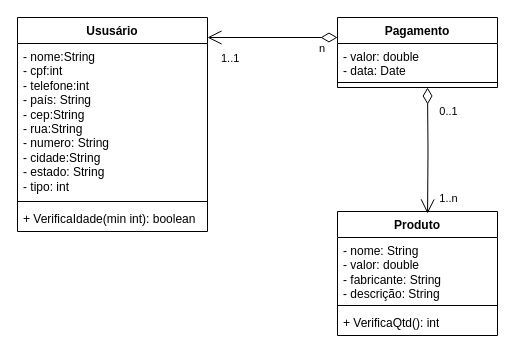
Before: diagrama de classes.drawio in AndreLuizWandscheerFranco/TCC, a draw.io diagram. Source tidied: cells renumbered, new cells numbered last; positions are measured from the earlier drawing's top-left corner, leaving out a move shared by most shapes. Both pictures are drawn from the tidied source at 100%, with x=0, y=0 at pixel (17, 17).
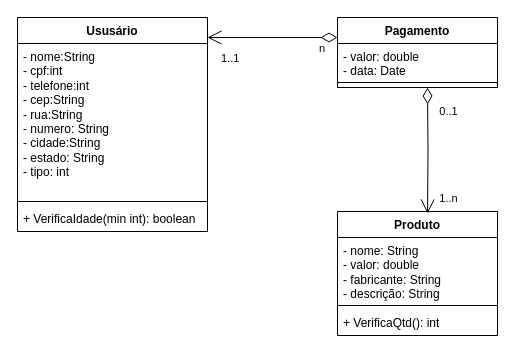
The same diagram, later.

Unchanged cells that the change refers to:
```xml
<mxCell id="2" value="Ususário" style="swimlane;fontStyle=1;align=center;verticalAlign=top;horizontal=1;startSize=26;whiteSpace=wrap;html=1;" parent="1" vertex="1">
  <mxGeometry width="190" height="214" as="geometry" />
</mxCell>
```

Change to the diagram source:
```diff
@@
-    <mxCell id="3" value="- nome:String&lt;div&gt;- cpf:int&lt;/div&gt;&lt;div&gt;- telefone:int&lt;/div&gt;&lt;div&gt;- país: String&lt;/div&gt;&lt;div&gt;- cep:String&lt;/div&gt;&lt;div&gt;- rua:String&lt;/div&gt;&lt;div&gt;- numero: String&lt;/div&gt;&lt;div&gt;- cidade:String&lt;/div&gt;&lt;div&gt;- estado: String&lt;/div&gt;&lt;div&gt;- tipo: int&lt;/div&gt;&lt;div&gt;&lt;br&gt;&lt;/div&gt;&lt;div&gt;&lt;br&gt;&lt;/div&gt;" style="text;strokeColor=none;fillColor=none;align=left;verticalAlign=top;spacingLeft=4;spacingRight=4;overflow=hidden;whiteSpace=wrap;html=1;" parent="2" vertex="1">
+    <mxCell id="3" value="- nome:String&lt;div&gt;- cpf:int&lt;/div&gt;&lt;div&gt;- telefone:int&lt;/div&gt;&lt;div&gt;- cep:String&lt;/div&gt;&lt;div&gt;- rua:String&lt;/div&gt;&lt;div&gt;- numero: String&lt;/div&gt;&lt;div&gt;- cidade:String&lt;/div&gt;&lt;div&gt;- estado: String&lt;/div&gt;&lt;div&gt;- tipo: int&lt;/div&gt;&lt;div&gt;&lt;br&gt;&lt;/div&gt;&lt;div&gt;&lt;br&gt;&lt;/div&gt;" style="text;strokeColor=none;fillColor=none;align=left;verticalAlign=top;spacingLeft=4;spacingRight=4;overflow=hidden;whiteSpace=wrap;html=1;" parent="2" vertex="1">
       <mxGeometry y="26" width="190" height="154" as="geometry" />
     </mxCell>
```
